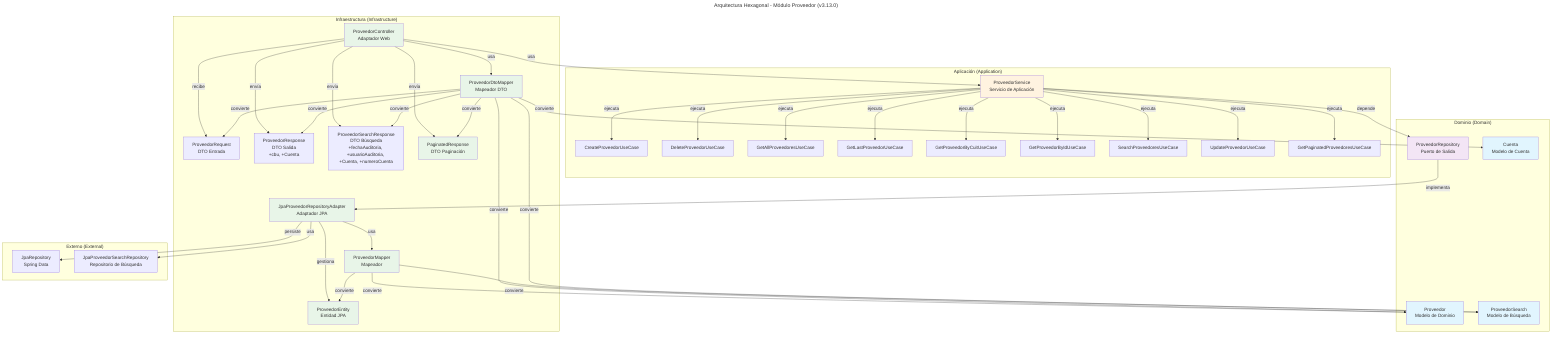
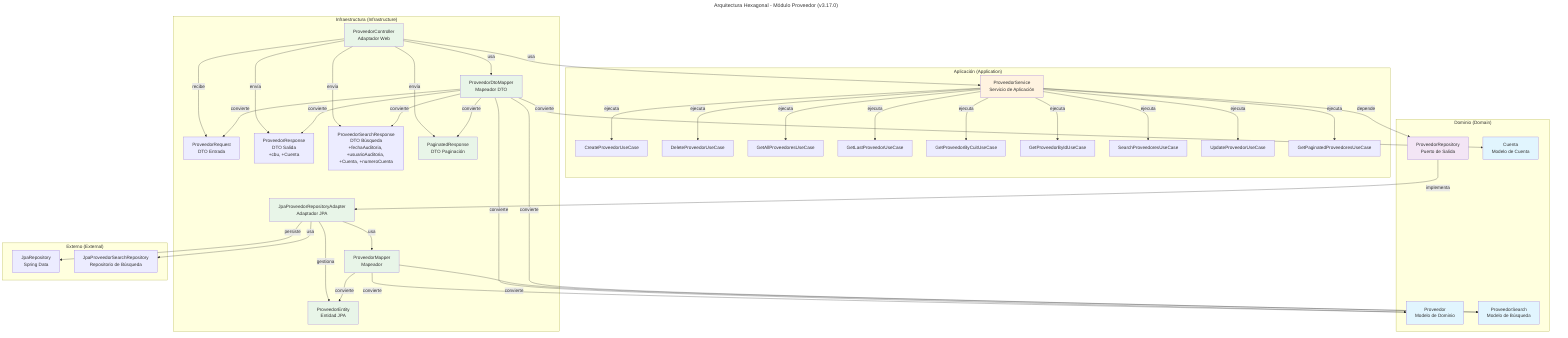
---
- title: Arquitectura Hexagonal - Módulo Proveedor (v3.13.0)
+ title: Arquitectura Hexagonal - Módulo Proveedor (v3.17.0)
---
flowchart TD
    subgraph Dominio ["Dominio (Domain)"]
        P[Proveedor<br/>Modelo de Dominio]
        PS[ProveedorSearch<br/>Modelo de Búsqueda]
        PR[ProveedorRepository<br/>Puerto de Salida]
        C[Cuenta<br/>Modelo de Cuenta]
    end

    subgraph Aplicacion ["Aplicación (Application)"]
        Svc[ProveedorService<br/>Servicio de Aplicación]
        UC1[CreateProveedorUseCase]
        UC2[DeleteProveedorUseCase]
        UC3[GetAllProveedoresUseCase]
        UC4[GetLastProveedorUseCase]
        UC5[GetProveedorByCuitUseCase]
        UC6[GetProveedorByIdUseCase]
        UC7[SearchProveedoresUseCase]
        UC8[UpdateProveedorUseCase]
        UC9[GetPaginatedProveedoresUseCase]
    end

    subgraph Infraestructura ["Infraestructura (Infrastructure)"]
        PC[ProveedorController<br/>Adaptador Web]
        JPA[JpaProveedorRepositoryAdapter<br/>Adaptador JPA]
        PM[ProveedorMapper<br/>Mapeador]
        DM[ProveedorDtoMapper<br/>Mapeador DTO]
        Req[ProveedorRequest<br/>DTO Entrada]
        Resp[ProveedorResponse<br/>DTO Salida<br/>+cbu, +Cuenta]
        Resp2[ProveedorSearchResponse<br/>DTO Búsqueda<br/>+fechaAuditoria, +usuarioAuditoria, +Cuenta, +numeroCuenta]
        Resp3[PaginatedResponse<br/>DTO Paginación]
        ENT[ProveedorEntity<br/>Entidad JPA]
    end

    subgraph Externo ["Externo (External)"]
        JPAR[JpaRepository<br/>Spring Data]
        JPSR[JpaProveedorSearchRepository<br/>Repositorio de Búsqueda]
    end

    %% Flujo de Dependencias
    PC -->|usa| Svc
    PC -->|recibe| Req
    PC -->|envía| Resp
    PC -->|envía| Resp2
    PC -->|envía| Resp3
    PC -->|usa| DM

    Svc -->|depende| PR
    Svc -->|ejecuta| UC1
    Svc -->|ejecuta| UC2
    Svc -->|ejecuta| UC3
    Svc -->|ejecuta| UC4
    Svc -->|ejecuta| UC5
    Svc -->|ejecuta| UC6
    Svc -->|ejecuta| UC7
    Svc -->|ejecuta| UC8
    Svc -->|ejecuta| UC9

    PR -->|implementa| JPA
    JPA -->|persiste| JPAR
    JPA -->|gestiona| ENT
    JPA -->|usa| PM
    JPA -->|usa| JPSR

    PM -->|convierte| P
    PM -->|convierte| PS
    PM -->|convierte| ENT

    DM -->|convierte| Req
    DM -->|convierte| Resp
    DM -->|convierte| Resp2
    DM -->|convierte| Resp3
    DM -->|convierte| P
    DM -->|convierte| PS
    DM -->|convierte| C

    style P fill:#e1f5fe
    style PS fill:#e1f5fe
    style C fill:#e1f5fe
    style PR fill:#f3e5f5
    style Svc fill:#fff3e0
    style PC fill:#e8f5e8
    style JPA fill:#e8f5e8
    style PM fill:#e8f5e8
    style DM fill:#e8f5e8
    style ENT fill:#e8f5e8
    style Resp3 fill:#e8f5e8
